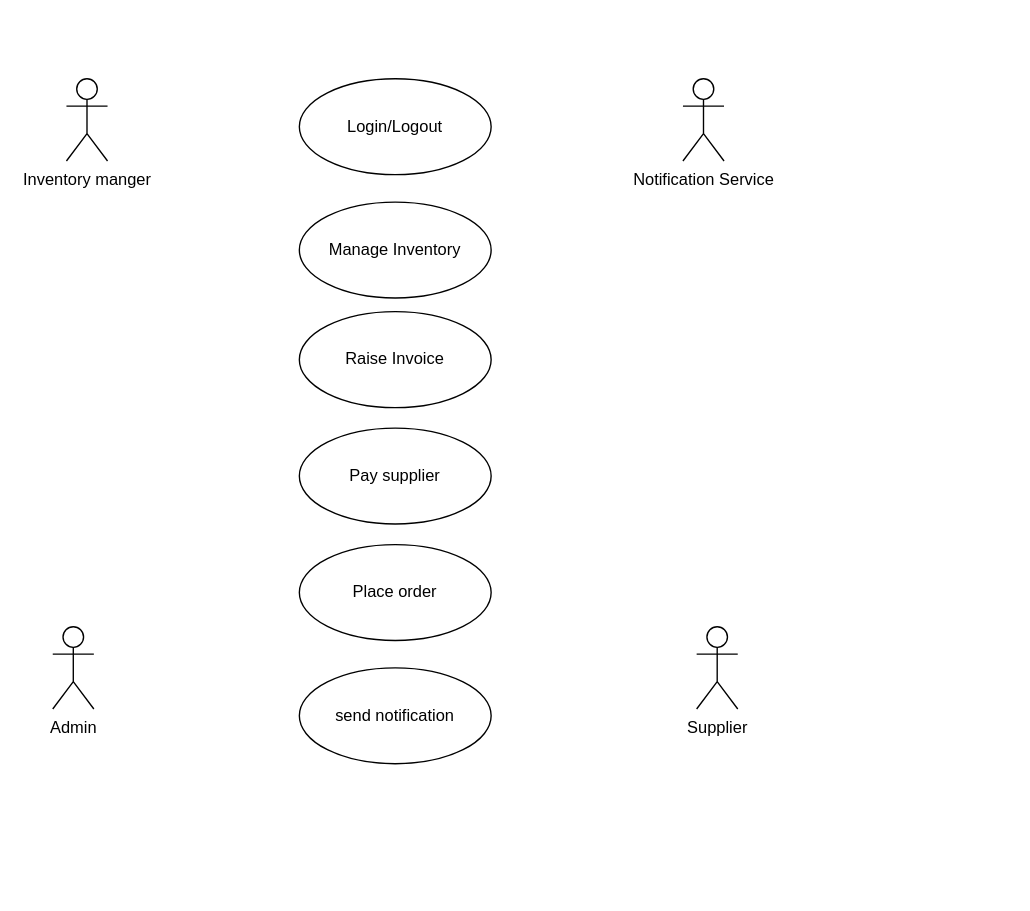
Above: UML/Use case digram.drawio in mohityede/First-REP (draw.io), before the change. Source tidied: cells renumbered, new cells numbered last; positions are measured from the earlier drawing's top-left corner, leaving out a move shared by most shapes. Both pictures are drawn from the tidied source at 137%, with x=0, y=0 at pixel (52, 78).
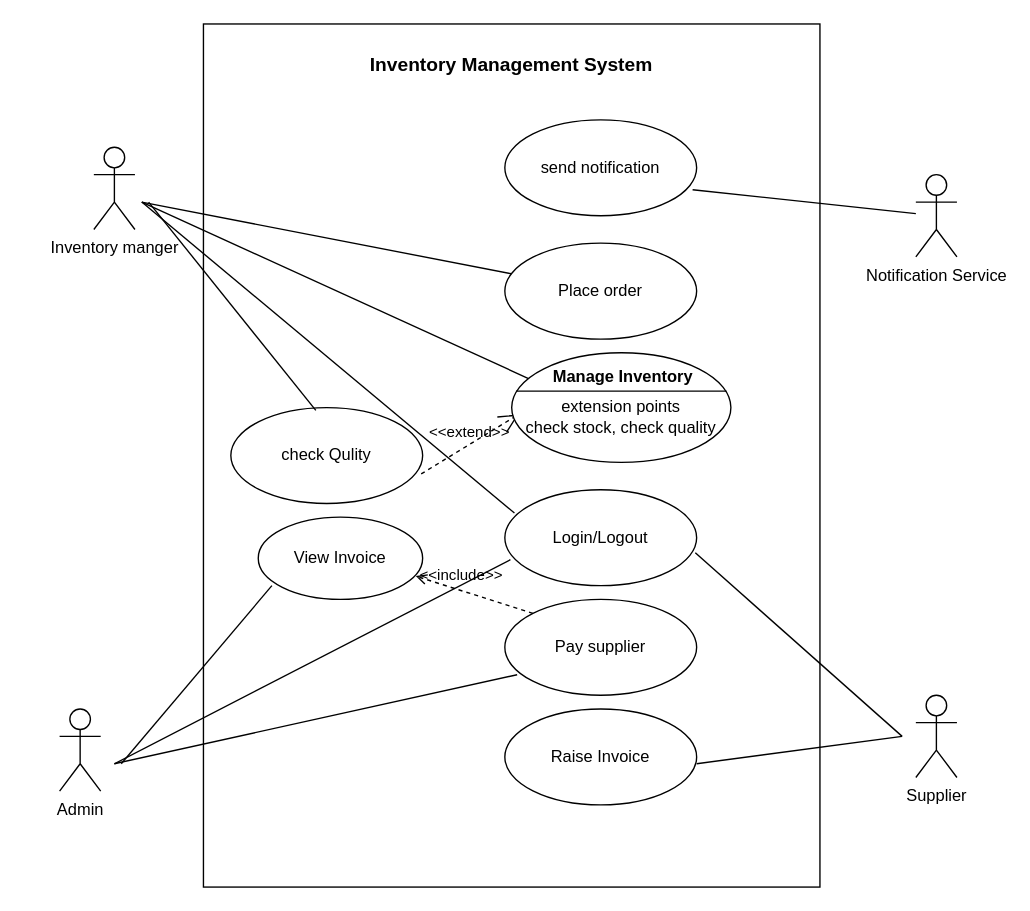
The same diagram, later.

Commit message:
complete use case topics

The edit, as a diff of the source:
```diff
@@
+    <mxCell id="12" style="rounded=0;whiteSpace=wrap;html=1;" parent="1" vertex="1">
+      <mxGeometry x="110" y="-40" width="450" height="630" as="geometry" />
+    </mxCell>
     <mxCell id="2" value="Inventory manger" style="shape=umlActor;verticalLabelPosition=bottom;verticalAlign=top;html=1;" parent="1" vertex="1">
-      <mxGeometry x="10" width="30" height="60" as="geometry" />
+      <mxGeometry x="30" y="50" width="30" height="60" as="geometry" />
     </mxCell>
     <mxCell id="3" value="Notification Service" style="shape=umlActor;verticalLabelPosition=bottom;verticalAlign=top;html=1;outlineConnect=0;" parent="1" vertex="1">
-      <mxGeometry x="460" width="30" height="60" as="geometry" />
+      <mxGeometry x="630" y="70" width="30" height="60" as="geometry" />
     </mxCell>
     <mxCell id="4" value="Admin" style="shape=umlActor;verticalLabelPosition=bottom;verticalAlign=top;html=1;" parent="1" vertex="1">
-      <mxGeometry y="400" width="30" height="60" as="geometry" />
+      <mxGeometry x="5" y="460" width="30" height="60" as="geometry" />
     </mxCell>
     <mxCell id="5" value="Supplier" style="shape=umlActor;verticalLabelPosition=bottom;verticalAlign=top;html=1;" parent="1" vertex="1">
-      <mxGeometry x="470" y="400" width="30" height="60" as="geometry" />
+      <mxGeometry x="630" y="450" width="30" height="60" as="geometry" />
     </mxCell>
     <mxCell id="6" value="Login/Logout" style="ellipse;whiteSpace=wrap;html=1;" parent="1" vertex="1">
-      <mxGeometry x="180" width="140" height="70" as="geometry" />
+      <mxGeometry x="330" y="300" width="140" height="70" as="geometry" />
     </mxCell>
-    <mxCell id="7" value="Manage Inventory" style="ellipse;whiteSpace=wrap;html=1;" parent="1" vertex="1">
-      <mxGeometry x="180" y="90" width="140" height="70" as="geometry" />
-    </mxCell>
     <mxCell id="8" value="Raise Invoice" style="ellipse;whiteSpace=wrap;html=1;" parent="1" vertex="1">
-      <mxGeometry x="180" y="170" width="140" height="70" as="geometry" />
+      <mxGeometry x="330" y="460" width="140" height="70" as="geometry" />
     </mxCell>
     <mxCell id="9" value="Place order" style="ellipse;whiteSpace=wrap;html=1;" parent="1" vertex="1">
-      <mxGeometry x="180" y="340" width="140" height="70" as="geometry" />
+      <mxGeometry x="330" y="120" width="140" height="70" as="geometry" />
     </mxCell>
     <mxCell id="10" value="Pay supplier" style="ellipse;whiteSpace=wrap;html=1;" parent="1" vertex="1">
-      <mxGeometry x="180" y="255" width="140" height="70" as="geometry" />
+      <mxGeometry x="330" y="380" width="140" height="70" as="geometry" />
     </mxCell>
     <mxCell id="11" value="send notification" style="ellipse;whiteSpace=wrap;html=1;" parent="1" vertex="1">
-      <mxGeometry x="180" y="430" width="140" height="70" as="geometry" />
+      <mxGeometry x="330" y="30" width="140" height="70" as="geometry" />
     </mxCell>
+    <mxCell id="13" style="edgeStyle=none;html=1;endArrow=none;verticalAlign=bottom;exitX=0.979;exitY=0.729;exitDx=0;exitDy=0;exitPerimeter=0;" parent="1" edge="1" source="11" target="3">
+      <mxGeometry relative="1" as="geometry" />
+    </mxCell>
+    <mxCell id="14" style="edgeStyle=none;html=1;endArrow=none;verticalAlign=bottom;" parent="1" edge="1" target="9">
+      <mxGeometry relative="1" as="geometry">
+        <mxPoint x="65" y="90" as="sourcePoint" />
+      </mxGeometry>
+    </mxCell>
+    <mxCell id="15" style="edgeStyle=none;html=1;endArrow=none;verticalAlign=bottom;entryX=0;entryY=0;entryDx=0;entryDy=0;" parent="1" edge="1">
+      <mxGeometry relative="1" as="geometry">
+        <mxPoint x="65" y="90" as="sourcePoint" />
+        <mxPoint x="350.5" y="220.3" as="targetPoint" />
+      </mxGeometry>
+    </mxCell>
+    <mxCell id="16" style="edgeStyle=none;html=1;endArrow=none;verticalAlign=bottom;entryX=0.05;entryY=0.243;entryDx=0;entryDy=0;entryPerimeter=0;" parent="1" edge="1" target="6">
+      <mxGeometry relative="1" as="geometry">
+        <mxPoint x="65" y="90" as="sourcePoint" />
+      </mxGeometry>
+    </mxCell>
+    <mxCell id="17" style="edgeStyle=none;html=1;endArrow=none;verticalAlign=bottom;entryX=0.064;entryY=0.786;entryDx=0;entryDy=0;entryPerimeter=0;" parent="1" edge="1" target="10">
+      <mxGeometry relative="1" as="geometry">
+        <mxPoint x="45" y="500" as="sourcePoint" />
+      </mxGeometry>
+    </mxCell>
+    <mxCell id="18" style="edgeStyle=none;html=1;endArrow=none;verticalAlign=bottom;entryX=0.029;entryY=0.729;entryDx=0;entryDy=0;entryPerimeter=0;" parent="1" edge="1" target="6">
+      <mxGeometry relative="1" as="geometry">
+        <mxPoint x="45" y="500" as="sourcePoint" />
+      </mxGeometry>
+    </mxCell>
+    <mxCell id="19" style="edgeStyle=none;html=1;endArrow=none;verticalAlign=bottom;exitX=0.993;exitY=0.657;exitDx=0;exitDy=0;exitPerimeter=0;" parent="1" edge="1" source="6">
+      <mxGeometry relative="1" as="geometry">
+        <mxPoint x="620" y="480" as="targetPoint" />
+      </mxGeometry>
+    </mxCell>
+    <mxCell id="20" style="edgeStyle=none;html=1;endArrow=none;verticalAlign=bottom;" parent="1" edge="1">
+      <mxGeometry relative="1" as="geometry">
+        <mxPoint x="470" y="500" as="sourcePoint" />
+        <mxPoint x="620" y="480" as="targetPoint" />
+      </mxGeometry>
+    </mxCell>
+    <mxCell id="21" value="&lt;font style=&quot;font-size: 14px&quot;&gt;&lt;b&gt;Inventory Management System&lt;/b&gt;&lt;/font&gt;" style="text;html=1;strokeColor=none;fillColor=none;align=center;verticalAlign=middle;whiteSpace=wrap;rounded=0;" parent="1" vertex="1">
+      <mxGeometry x="215" y="-30" width="240" height="40" as="geometry" />
+    </mxCell>
+    <mxCell id="22" value="&amp;lt;&amp;lt;include&amp;gt;&amp;gt;" style="edgeStyle=none;html=1;endArrow=open;verticalAlign=bottom;dashed=1;labelBackgroundColor=none;exitX=0;exitY=0;exitDx=0;exitDy=0;entryX=0.958;entryY=0.717;entryDx=0;entryDy=0;entryPerimeter=0;" parent="1" edge="1" source="10" target="23">
+      <mxGeometry x="0.25" y="-2" relative="1" as="geometry" />
+    </mxCell>
+    <mxCell id="23" value="View Invoice" style="ellipse;whiteSpace=wrap;html=1;" parent="1" vertex="1">
+      <mxGeometry x="150" y="320" width="120" height="60" as="geometry" />
+    </mxCell>
+    <mxCell id="24" style="edgeStyle=none;html=1;endArrow=none;verticalAlign=bottom;entryX=0.083;entryY=0.833;entryDx=0;entryDy=0;entryPerimeter=0;" parent="1" edge="1" target="23">
+      <mxGeometry relative="1" as="geometry">
+        <mxPoint x="50" y="500" as="sourcePoint" />
+      </mxGeometry>
+    </mxCell>
+    <mxCell id="25" value="check Qulity" style="ellipse;whiteSpace=wrap;html=1;" parent="1" vertex="1">
+      <mxGeometry x="130" y="240" width="140" height="70" as="geometry" />
+    </mxCell>
+    <mxCell id="26" value="&amp;lt;&amp;lt;extend&amp;gt;&amp;gt;" style="edgeStyle=none;html=1;startArrow=open;endArrow=none;startSize=12;verticalAlign=bottom;dashed=1;labelBackgroundColor=none;entryX=0.986;entryY=0.7;entryDx=0;entryDy=0;exitX=0.031;exitY=0.563;exitDx=0;exitDy=0;entryPerimeter=0;exitPerimeter=0;" parent="1" edge="1" source="28" target="25">
+      <mxGeometry relative="1" as="geometry" />
+    </mxCell>
+    <mxCell id="27" style="edgeStyle=none;html=1;endArrow=none;verticalAlign=bottom;entryX=0.443;entryY=0.029;entryDx=0;entryDy=0;entryPerimeter=0;" parent="1" edge="1" target="25">
+      <mxGeometry relative="1" as="geometry">
+        <mxPoint x="70" y="90" as="sourcePoint" />
+      </mxGeometry>
+    </mxCell>
+    <mxCell id="28" value="&lt;br&gt;extension points&lt;br&gt;check stock, check quality" style="html=1;shape=mxgraph.sysml.useCaseExtPt;whiteSpace=wrap;align=center;" parent="1" vertex="1">
+      <mxGeometry x="335" y="200" width="160" height="80" as="geometry" />
+    </mxCell>
+    <mxCell id="7" value="Manage Inventory" style="html=1;verticalAlign=middle;align=center;labelBackgroundColor=none;fontStyle=1;" parent="28" vertex="1">
+      <mxGeometry x="80" y="17" as="geometry" />
+    </mxCell>
```
